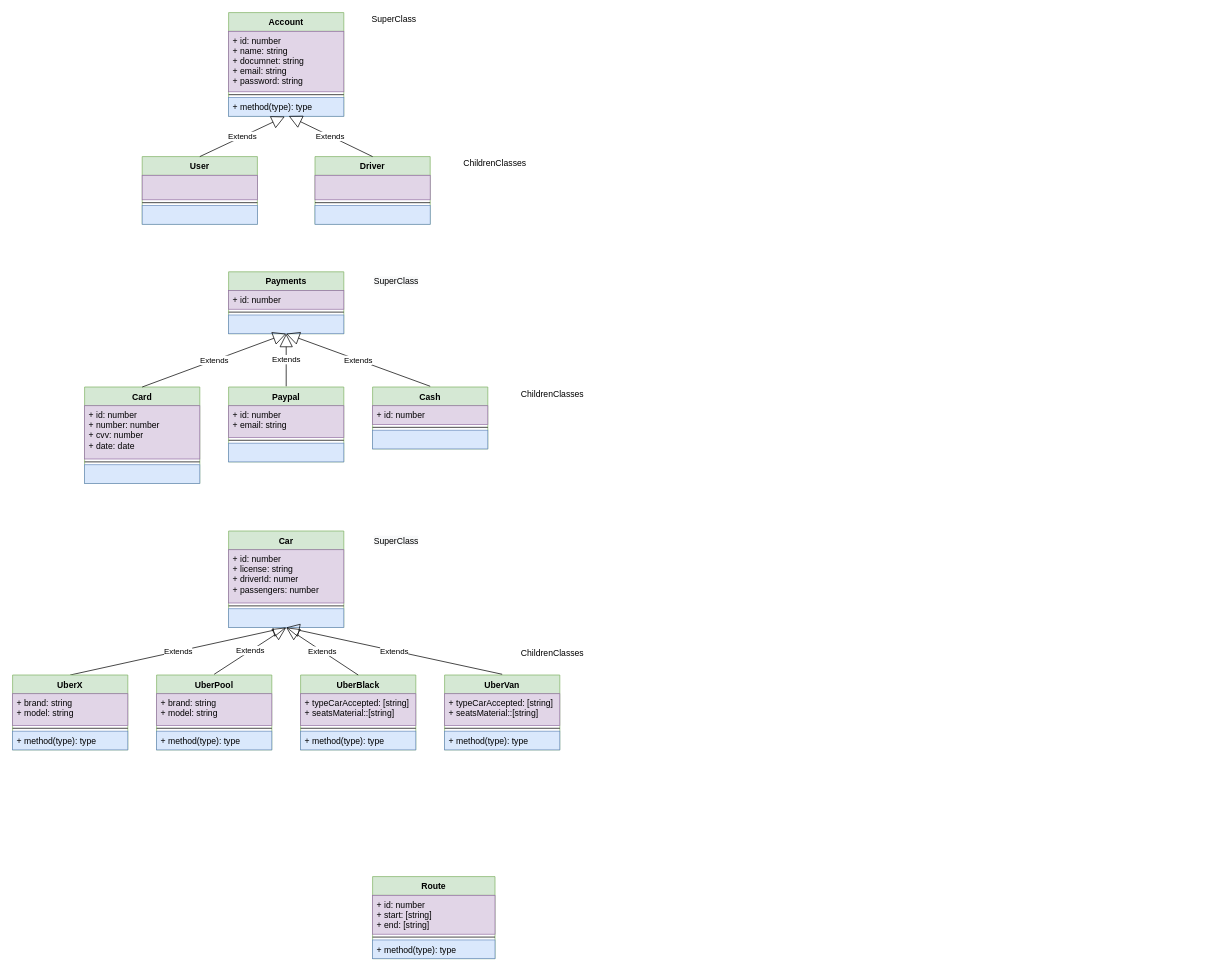
Before: oopTutorial/Untitled Diagram.drawio in fabiandres88/TypeScript, a draw.io diagram. Source tidied: cells renumbered, new cells numbered last; positions are measured from the earlier drawing's top-left corner, leaving out a move shared by most shapes. Both pictures are drawn from the tidied source at 72%, with x=0, y=0 at pixel (12, 12).
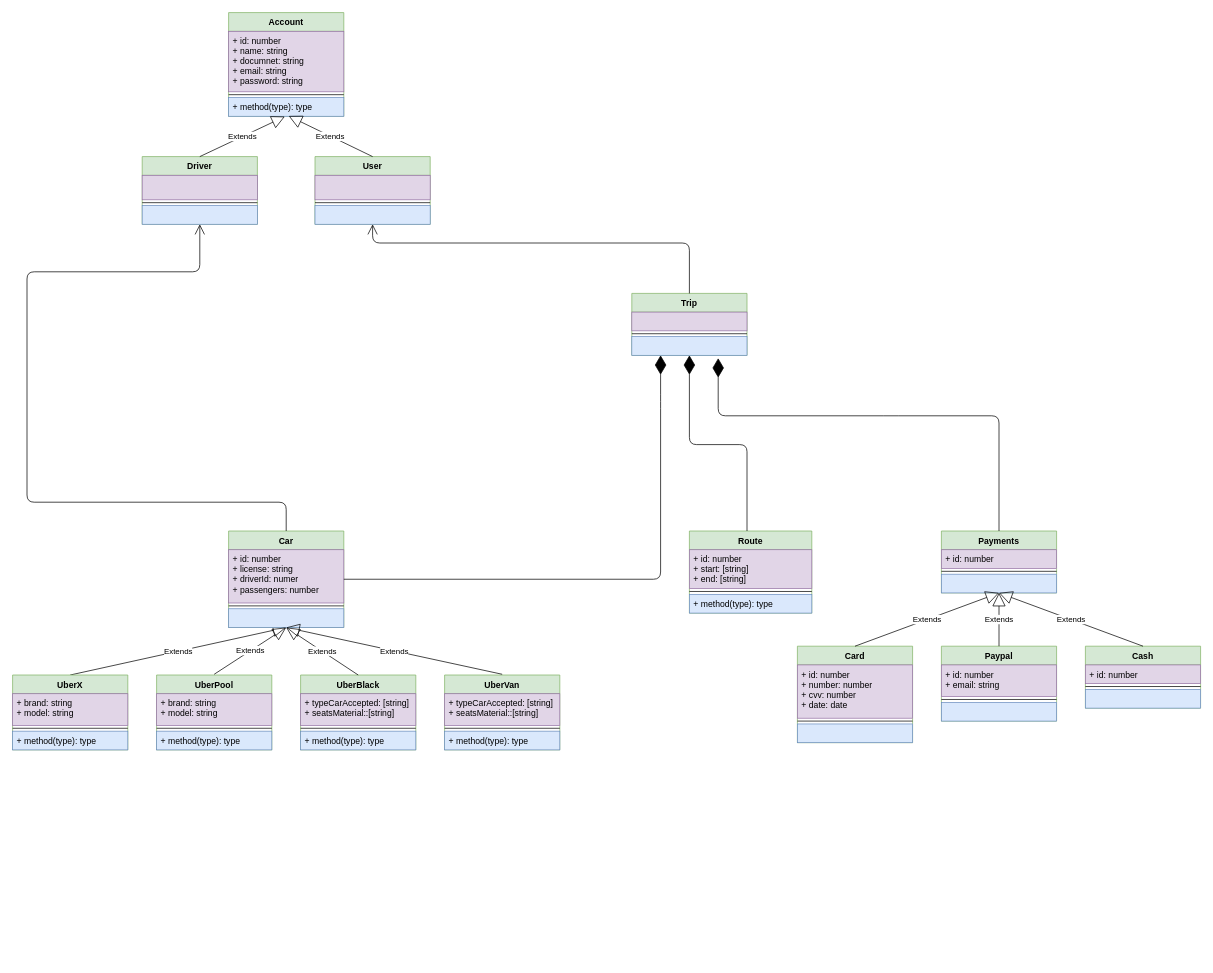
Above is the later version.

Commit message:
Feat: define all relations

The change refers to these unchanged cells:
```xml
<mxCell id="5" style="text;strokeColor=#6c8ebf;fillColor=#dae8fc;align=left;verticalAlign=top;spacingLeft=4;spacingRight=4;overflow=hidden;points=[[0,0.5],[1,0.5]];portConstraint=eastwest;" parent="2" vertex="1">
  <mxGeometry y="68" width="160" height="26" as="geometry" />
</mxCell>
<mxCell id="61" value="Car" style="swimlane;fontStyle=1;align=center;verticalAlign=top;horizontal=1;startSize=26;fillColor=#d5e8d4;strokeColor=#82b366;" parent="1" vertex="1">
  <mxGeometry x="300" y="720" width="160" height="134" as="geometry" />
</mxCell>
```

Diff of the diagram source:
```diff
@@
-    <mxCell id="2" value="User" style="swimlane;fontStyle=1;align=center;verticalAlign=top;horizontal=1;startSize=26;fillColor=#d5e8d4;strokeColor=#82b366;" parent="1" vertex="1">
+    <mxCell id="2" value="Driver" style="swimlane;fontStyle=1;align=center;verticalAlign=top;horizontal=1;startSize=26;fillColor=#d5e8d4;strokeColor=#82b366;" parent="1" vertex="1">
       <mxGeometry x="180" y="200" width="160" height="94" as="geometry" />
     </mxCell>
@@
-    <mxCell id="6" value="Driver" style="swimlane;fontStyle=1;align=center;verticalAlign=top;horizontal=1;startSize=26;fillColor=#d5e8d4;strokeColor=#82b366;" parent="1" vertex="1">
+    <mxCell id="6" value="User" style="swimlane;fontStyle=1;align=center;verticalAlign=top;horizontal=1;startSize=26;fillColor=#d5e8d4;strokeColor=#82b366;" parent="1" vertex="1">
       <mxGeometry x="420" y="200" width="160" height="94" as="geometry" />
     </mxCell>
@@
     <mxCell id="10" value="Route" style="swimlane;fontStyle=1;align=center;verticalAlign=top;horizontal=1;startSize=26;fillColor=#d5e8d4;strokeColor=#82b366;" parent="1" vertex="1">
-      <mxGeometry x="500" y="1200" width="170" height="114" as="geometry" />
+      <mxGeometry x="940" y="720" width="170" height="114" as="geometry" />
     </mxCell>
@@
     <mxCell id="32" value="Card" style="swimlane;fontStyle=1;align=center;verticalAlign=top;horizontal=1;startSize=26;fillColor=#d5e8d4;strokeColor=#82b366;" parent="1" vertex="1">
-      <mxGeometry x="100" y="520" width="160" height="134" as="geometry" />
+      <mxGeometry x="1090" y="880" width="160" height="134" as="geometry" />
     </mxCell>
@@
     <mxCell id="36" value="Paypal" style="swimlane;fontStyle=1;align=center;verticalAlign=top;horizontal=1;startSize=26;fillColor=#d5e8d4;strokeColor=#82b366;" parent="1" vertex="1">
-      <mxGeometry x="300" y="520" width="160" height="104" as="geometry" />
+      <mxGeometry x="1290" y="880" width="160" height="104" as="geometry" />
     </mxCell>
@@
     <mxCell id="40" value="Cash" style="swimlane;fontStyle=1;align=center;verticalAlign=top;horizontal=1;startSize=26;fillColor=#d5e8d4;strokeColor=#82b366;" parent="1" vertex="1">
-      <mxGeometry x="500" y="520" width="160" height="86" as="geometry" />
+      <mxGeometry x="1490" y="880" width="160" height="86" as="geometry" />
     </mxCell>
@@
     <mxCell id="50" value="Payments" style="swimlane;fontStyle=1;align=center;verticalAlign=top;horizontal=1;startSize=26;fillColor=#d5e8d4;strokeColor=#82b366;" parent="1" vertex="1">
-      <mxGeometry x="300" y="360" width="160" height="86" as="geometry" />
+      <mxGeometry x="1290" y="720" width="160" height="86" as="geometry" />
     </mxCell>
@@
-    <mxCell id="54" value="Extends" style="endArrow=block;endSize=16;endFill=0;html=1;entryX=0.5;entryY=1;entryDx=0;entryDy=0;" parent="1" edge="1" target="50">
-      <mxGeometry relative="1" as="geometry">
-        <mxPoint x="180" y="520" as="sourcePoint" />
-      </mxGeometry>
+    <mxCell id="54" value="Extends" style="endArrow=block;endSize=16;endFill=0;html=1;entryX=0.5;entryY=1;entryDx=0;entryDy=0;exitX=0.5;exitY=0;exitDx=0;exitDy=0;" parent="1" edge="1" source="32" target="50">
+      <mxGeometry relative="1" as="geometry" />
     </mxCell>
-    <mxCell id="55" value="Extends" style="endArrow=block;endSize=16;endFill=0;html=1;entryX=0.5;entryY=1;entryDx=0;entryDy=0;" parent="1" edge="1" target="50">
-      <mxGeometry relative="1" as="geometry">
-        <mxPoint x="380" y="519" as="sourcePoint" />
-      </mxGeometry>
+    <mxCell id="55" value="Extends" style="endArrow=block;endSize=16;endFill=0;html=1;entryX=0.5;entryY=1;entryDx=0;entryDy=0;exitX=0.5;exitY=0;exitDx=0;exitDy=0;" parent="1" edge="1" source="36" target="50">
+      <mxGeometry relative="1" as="geometry" />
     </mxCell>
-    <mxCell id="56" value="Extends" style="endArrow=block;endSize=16;endFill=0;html=1;entryX=0.5;entryY=1;entryDx=0;entryDy=0;" parent="1" edge="1" target="50">
-      <mxGeometry relative="1" as="geometry">
-        <mxPoint x="580" y="519" as="sourcePoint" />
-      </mxGeometry>
+    <mxCell id="56" value="Extends" style="endArrow=block;endSize=16;endFill=0;html=1;entryX=0.5;entryY=1;entryDx=0;entryDy=0;exitX=0.5;exitY=0;exitDx=0;exitDy=0;" parent="1" edge="1" source="40" target="50">
+      <mxGeometry relative="1" as="geometry" />
     </mxCell>
-    <mxCell id="57" value="ChildrenClasses" style="text;html=1;strokeColor=none;fillColor=none;align=center;verticalAlign=middle;whiteSpace=wrap;rounded=0;" parent="1" vertex="1">
-      <mxGeometry x="650" y="200" width="40" height="20" as="geometry" />
-    </mxCell>
-    <mxCell id="58" value="SuperClass" style="text;html=1;strokeColor=none;fillColor=none;align=center;verticalAlign=middle;whiteSpace=wrap;rounded=0;" parent="1" vertex="1">
-      <mxGeometry x="500" width="60" height="20" as="geometry" />
-    </mxCell>
-    <mxCell id="59" value="&lt;span style=&quot;color: rgb(0, 0, 0); font-family: helvetica; font-size: 12px; font-style: normal; font-weight: 400; letter-spacing: normal; text-align: center; text-indent: 0px; text-transform: none; word-spacing: 0px; background-color: rgb(248, 249, 250); display: inline; float: none;&quot;&gt;SuperClass&lt;/span&gt;" style="text;whiteSpace=wrap;html=1;" parent="1" vertex="1">
-      <mxGeometry x="500" y="360" width="90" height="30" as="geometry" />
-    </mxCell>
-    <mxCell id="60" value="ChildrenClasses" style="text;html=1;strokeColor=none;fillColor=none;align=center;verticalAlign=middle;whiteSpace=wrap;rounded=0;" parent="1" vertex="1">
-      <mxGeometry x="730" y="520" width="40" height="20" as="geometry" />
-    </mxCell>
@@
-    <mxCell id="67" value="&lt;span style=&quot;color: rgb(0, 0, 0); font-family: helvetica; font-size: 12px; font-style: normal; font-weight: 400; letter-spacing: normal; text-align: center; text-indent: 0px; text-transform: none; word-spacing: 0px; background-color: rgb(248, 249, 250); display: inline; float: none;&quot;&gt;SuperClass&lt;/span&gt;" style="text;whiteSpace=wrap;html=1;" parent="1" vertex="1">
-      <mxGeometry x="500" y="720" width="90" height="30" as="geometry" />
-    </mxCell>
-    <mxCell id="68" value="ChildrenClasses" style="text;html=1;strokeColor=none;fillColor=none;align=center;verticalAlign=middle;whiteSpace=wrap;rounded=0;" parent="1" vertex="1">
-      <mxGeometry x="730" y="880" width="40" height="20" as="geometry" />
-    </mxCell>
+    <mxCell id="69" style="endArrow=open;endFill=1;endSize=12;html=1;exitX=0.5;exitY=0;exitDx=0;exitDy=0;" parent="1" edge="1" source="61" target="5">
+      <mxGeometry relative="1" as="geometry">
+        <Array as="points">
+          <mxPoint x="380" y="680" />
+          <mxPoint x="20" y="680" />
+          <mxPoint x="20" y="360" />
+          <mxPoint x="260" y="360" />
+        </Array>
+      </mxGeometry>
+    </mxCell>
+    <mxCell id="70" value="Trip" style="swimlane;fontStyle=1;align=center;verticalAlign=top;horizontal=1;startSize=26;fillColor=#d5e8d4;strokeColor=#82b366;" parent="1" vertex="1">
+      <mxGeometry x="860" y="390" width="160" height="86" as="geometry" />
+    </mxCell>
+    <mxCell id="71" style="text;strokeColor=#9673a6;fillColor=#e1d5e7;align=left;verticalAlign=top;spacingLeft=4;spacingRight=4;overflow=hidden;" parent="70" vertex="1">
+      <mxGeometry y="26" width="160" height="26" as="geometry" />
+    </mxCell>
+    <mxCell id="72" style="line;strokeWidth=1;fillColor=none;align=left;verticalAlign=middle;spacingTop=-1;spacingLeft=3;spacingRight=3;labelPosition=right;" parent="70" vertex="1">
+      <mxGeometry y="52" width="160" height="8" as="geometry" />
+    </mxCell>
+    <mxCell id="73" style="text;strokeColor=#6c8ebf;fillColor=#dae8fc;align=left;verticalAlign=top;spacingLeft=4;spacingRight=4;overflow=hidden;" parent="70" vertex="1">
+      <mxGeometry y="60" width="160" height="26" as="geometry" />
+    </mxCell>
+    <mxCell id="74" style="endArrow=open;endFill=1;endSize=12;html=1;exitX=0.5;exitY=0;exitDx=0;exitDy=0;entryX=0.5;entryY=1;entryDx=0;entryDy=0;" parent="1" edge="1" source="70" target="6">
+      <mxGeometry relative="1" as="geometry">
+        <Array as="points">
+          <mxPoint x="940" y="320" />
+          <mxPoint x="500" y="320" />
+        </Array>
+      </mxGeometry>
+    </mxCell>
+    <mxCell id="75" style="endArrow=diamondThin;endFill=1;endSize=24;html=1;exitX=1;exitY=0.5;exitDx=0;exitDy=0;entryX=0.25;entryY=1;entryDx=0;entryDy=0;" parent="1" edge="1" source="61" target="70">
+      <mxGeometry relative="1" as="geometry">
+        <Array as="points">
+          <mxPoint x="900" y="787" />
+          <mxPoint x="900" y="540" />
+        </Array>
+      </mxGeometry>
+    </mxCell>
+    <mxCell id="76" style="endArrow=diamondThin;endFill=1;endSize=24;html=1;entryX=0.5;entryY=1;entryDx=0;entryDy=0;" parent="1" edge="1" target="70">
+      <mxGeometry relative="1" as="geometry">
+        <mxPoint x="1020" y="720" as="sourcePoint" />
+        <Array as="points">
+          <mxPoint x="1020" y="600" />
+          <mxPoint x="940" y="600" />
+        </Array>
+      </mxGeometry>
+    </mxCell>
+    <mxCell id="77" style="endArrow=diamondThin;endFill=1;endSize=24;html=1;exitX=0.5;exitY=0;exitDx=0;exitDy=0;" parent="1" edge="1" source="50">
+      <mxGeometry relative="1" as="geometry">
+        <mxPoint x="980" y="480" as="targetPoint" />
+        <Array as="points">
+          <mxPoint x="1370" y="560" />
+          <mxPoint x="1220" y="560" />
+          <mxPoint x="980" y="560" />
+        </Array>
+      </mxGeometry>
+    </mxCell>
```
